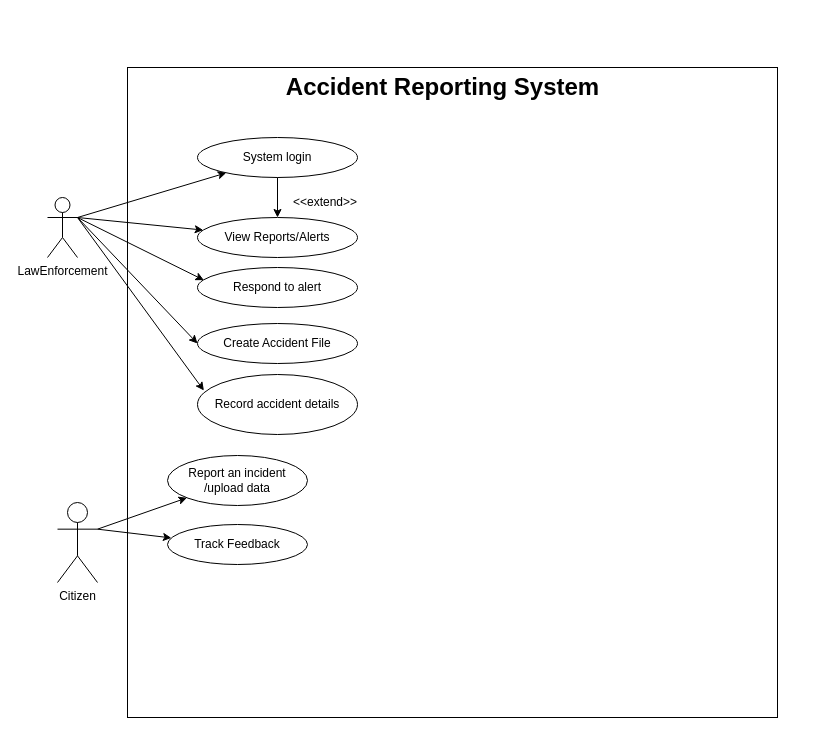
Above: UML Accureport/accureportUsecase.drawio in KenChiri/DJANGO (draw.io), before the change. Source tidied: cells renumbered, new cells numbered last; positions are measured from the earlier drawing's top-left corner, leaving out a move shared by most shapes. Both pictures are drawn from the tidied source at 100%, with x=0, y=0 at pixel (47, 67).
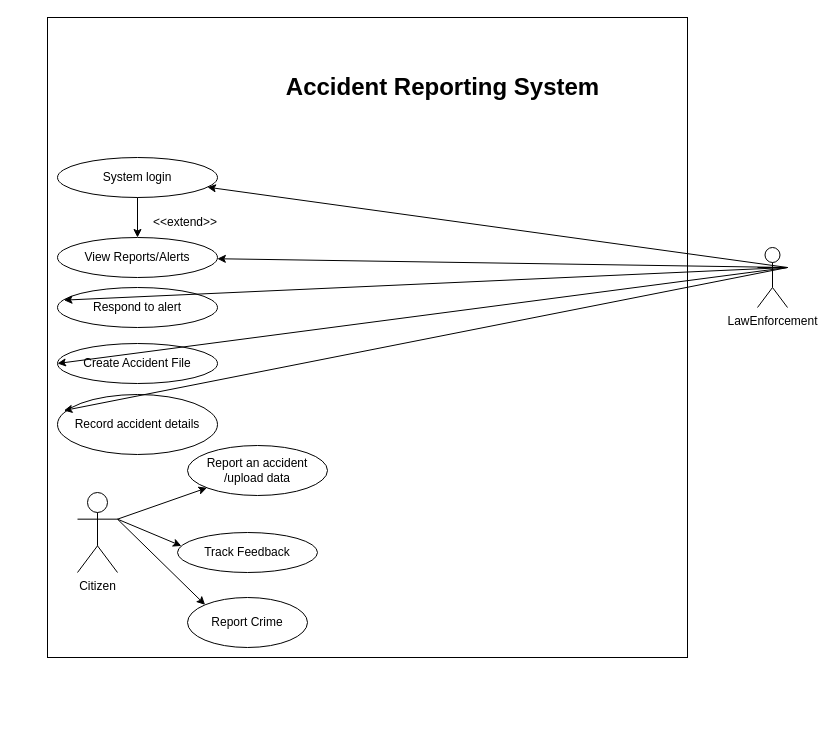
The same page after the edit.

Change to the diagram source:
```diff
@@
-    <mxCell id="2" style="group;" parent="1" vertex="1">
-      <mxGeometry y="70" width="320" height="297" as="geometry" />
-    </mxCell>
+    <mxCell id="16" value="Accident Reporting System" style="text;strokeColor=none;fillColor=none;html=1;fontSize=24;fontStyle=1;verticalAlign=middle;align=center;" parent="1" vertex="1">
+      <mxGeometry x="345" width="100" height="40" as="geometry" />
+    </mxCell>
+    <mxCell id="18" style="group;" parent="1" vertex="1">
+      <mxGeometry x="30" y="370" width="250" height="180" as="geometry" />
+    </mxCell>
+    <mxCell id="19" value="Citizen" style="shape=umlActor;verticalLabelPosition=bottom;verticalAlign=top;html=1;outlineConnect=0;" parent="18" vertex="1">
+      <mxGeometry y="55" width="40" height="80" as="geometry" />
+    </mxCell>
+    <mxCell id="20" value="Report an accident /upload data" style="ellipse;whiteSpace=wrap;html=1;" parent="18" vertex="1">
+      <mxGeometry x="110" y="8" width="140" height="50" as="geometry" />
+    </mxCell>
+    <mxCell id="21" style="edgeStyle=none;html=1;exitX=1;exitY=0.3333333333333333;exitDx=0;exitDy=0;exitPerimeter=0;" parent="18" edge="1" source="19" target="20">
+      <mxGeometry relative="1" as="geometry" />
+    </mxCell>
+    <mxCell id="22" value="Track Feedback" style="ellipse;whiteSpace=wrap;html=1;" parent="18" vertex="1">
+      <mxGeometry x="100" y="95" width="140" height="40" as="geometry" />
+    </mxCell>
+    <mxCell id="23" style="edgeStyle=none;html=1;exitX=1;exitY=0.3333333333333333;exitDx=0;exitDy=0;exitPerimeter=0;entryX=0.028;entryY=0.336;entryDx=0;entryDy=0;entryPerimeter=0;" parent="18" edge="1" source="19" target="22">
+      <mxGeometry relative="1" as="geometry" />
+    </mxCell>
+    <mxCell id="24" value="Report Crime" style="ellipse;whiteSpace=wrap;html=1;" parent="1" vertex="1">
+      <mxGeometry x="140" y="530" width="120" height="50" as="geometry" />
+    </mxCell>
+    <mxCell id="25" style="edgeStyle=none;html=1;exitX=1;exitY=0.3333333333333333;exitDx=0;exitDy=0;exitPerimeter=0;entryX=0;entryY=0;entryDx=0;entryDy=0;" parent="1" edge="1" source="19" target="24">
+      <mxGeometry relative="1" as="geometry" />
+    </mxCell>
-    <mxCell id="3" value="LawEnforcement&lt;br&gt;" style="shape=umlActor;verticalLabelPosition=bottom;verticalAlign=top;html=1;outlineConnect=0;" parent="2" vertex="1">
-      <mxGeometry y="60" width="30" height="60" as="geometry" />
+    <mxCell id="3" value="LawEnforcement&lt;br&gt;" style="shape=umlActor;verticalLabelPosition=bottom;verticalAlign=top;html=1;outlineConnect=0;" parent="1" vertex="1">
+      <mxGeometry x="710" y="180" width="30" height="60" as="geometry" />
     </mxCell>
-    <mxCell id="4" value="System login" style="ellipse;whiteSpace=wrap;html=1;" parent="2" vertex="1">
-      <mxGeometry x="150" width="160" height="40" as="geometry" />
+    <mxCell id="4" value="System login" style="ellipse;whiteSpace=wrap;html=1;" parent="1" vertex="1">
+      <mxGeometry x="10" y="90" width="160" height="40" as="geometry" />
     </mxCell>
-    <mxCell id="5" style="edgeStyle=none;html=1;exitX=1;exitY=0.3333333333333333;exitDx=0;exitDy=0;exitPerimeter=0;" parent="2" edge="1" source="3" target="4">
+    <mxCell id="5" style="edgeStyle=none;html=1;exitX=1;exitY=0.3333333333333333;exitDx=0;exitDy=0;exitPerimeter=0;" parent="1" edge="1" source="3" target="4">
       <mxGeometry relative="1" as="geometry" />
     </mxCell>
-    <mxCell id="6" value="Create Accident File" style="ellipse;whiteSpace=wrap;html=1;" parent="2" vertex="1">
-      <mxGeometry x="150" y="186" width="160" height="40" as="geometry" />
+    <mxCell id="6" value="Create Accident File" style="ellipse;whiteSpace=wrap;html=1;" parent="1" vertex="1">
+      <mxGeometry x="10" y="276" width="160" height="40" as="geometry" />
     </mxCell>
-    <mxCell id="7" style="edgeStyle=none;html=1;exitX=1;exitY=0.3333333333333333;exitDx=0;exitDy=0;exitPerimeter=0;entryX=0;entryY=0.5;entryDx=0;entryDy=0;" parent="2" edge="1" source="3" target="6">
+    <mxCell id="7" style="edgeStyle=none;html=1;exitX=1;exitY=0.3333333333333333;exitDx=0;exitDy=0;exitPerimeter=0;entryX=0;entryY=0.5;entryDx=0;entryDy=0;" parent="1" edge="1" source="3" target="6">
       <mxGeometry relative="1" as="geometry" />
     </mxCell>
-    <mxCell id="8" value="View Reports/Alerts" style="ellipse;whiteSpace=wrap;html=1;" parent="2" vertex="1">
-      <mxGeometry x="150" y="80" width="160" height="40" as="geometry" />
+    <mxCell id="8" value="View Reports/Alerts" style="ellipse;whiteSpace=wrap;html=1;" parent="1" vertex="1">
+      <mxGeometry x="10" y="170" width="160" height="40" as="geometry" />
     </mxCell>
-    <mxCell id="9" style="edgeStyle=none;html=1;exitX=1;exitY=0.3333333333333333;exitDx=0;exitDy=0;exitPerimeter=0;" parent="2" edge="1" source="3" target="8">
+    <mxCell id="9" style="edgeStyle=none;html=1;exitX=1;exitY=0.3333333333333333;exitDx=0;exitDy=0;exitPerimeter=0;" parent="1" edge="1" source="3" target="8">
       <mxGeometry relative="1" as="geometry" />
     </mxCell>
-    <mxCell id="10" style="edgeStyle=none;html=1;exitX=0.5;exitY=1;exitDx=0;exitDy=0;" parent="2" edge="1" source="4" target="8">
+    <mxCell id="10" style="edgeStyle=none;html=1;exitX=0.5;exitY=1;exitDx=0;exitDy=0;" parent="1" edge="1" source="4" target="8">
       <mxGeometry relative="1" as="geometry" />
     </mxCell>
-    <mxCell id="11" value="Respond to alert" style="ellipse;whiteSpace=wrap;html=1;" parent="2" vertex="1">
-      <mxGeometry x="150" y="130" width="160" height="40" as="geometry" />
+    <mxCell id="11" value="Respond to alert" style="ellipse;whiteSpace=wrap;html=1;" parent="1" vertex="1">
+      <mxGeometry x="10" y="220" width="160" height="40" as="geometry" />
     </mxCell>
-    <mxCell id="12" style="edgeStyle=none;html=1;exitX=1;exitY=0.3333333333333333;exitDx=0;exitDy=0;exitPerimeter=0;entryX=0.04;entryY=0.316;entryDx=0;entryDy=0;entryPerimeter=0;" parent="2" edge="1" source="3" target="11">
+    <mxCell id="12" style="edgeStyle=none;html=1;exitX=1;exitY=0.3333333333333333;exitDx=0;exitDy=0;exitPerimeter=0;entryX=0.04;entryY=0.316;entryDx=0;entryDy=0;entryPerimeter=0;" parent="1" edge="1" source="3" target="11">
       <mxGeometry relative="1" as="geometry" />
     </mxCell>
-    <mxCell id="13" value="Record accident details" style="ellipse;whiteSpace=wrap;html=1;" parent="2" vertex="1">
-      <mxGeometry x="150" y="237" width="160" height="60" as="geometry" />
+    <mxCell id="13" value="Record accident details" style="ellipse;whiteSpace=wrap;html=1;" parent="1" vertex="1">
+      <mxGeometry x="10" y="327" width="160" height="60" as="geometry" />
     </mxCell>
-    <mxCell id="14" style="edgeStyle=none;html=1;exitX=1;exitY=0.3333333333333333;exitDx=0;exitDy=0;exitPerimeter=0;entryX=0.04;entryY=0.267;entryDx=0;entryDy=0;entryPerimeter=0;" parent="2" edge="1" source="3" target="13">
+    <mxCell id="14" style="edgeStyle=none;html=1;exitX=1;exitY=0.3333333333333333;exitDx=0;exitDy=0;exitPerimeter=0;entryX=0.04;entryY=0.267;entryDx=0;entryDy=0;entryPerimeter=0;" parent="1" edge="1" source="3" target="13">
       <mxGeometry relative="1" as="geometry" />
     </mxCell>
-    <mxCell id="15" value="&amp;lt;&amp;lt;extend&amp;gt;&amp;gt;" style="text;strokeColor=none;fillColor=none;align=left;verticalAlign=middle;spacingLeft=4;spacingRight=4;overflow=hidden;whiteSpace=wrap;html=1;" parent="2" vertex="1">
-      <mxGeometry x="240" y="50" width="80" height="30" as="geometry" />
+    <mxCell id="15" value="&amp;lt;&amp;lt;extend&amp;gt;&amp;gt;" style="text;strokeColor=none;fillColor=none;align=left;verticalAlign=middle;spacingLeft=4;spacingRight=4;overflow=hidden;whiteSpace=wrap;html=1;" parent="1" vertex="1">
+      <mxGeometry x="100" y="140" width="80" height="30" as="geometry" />
     </mxCell>
-    <mxCell id="16" value="Accident Reporting System" style="text;strokeColor=none;fillColor=none;html=1;fontSize=24;fontStyle=1;verticalAlign=middle;align=center;" parent="1" vertex="1">
-      <mxGeometry x="345" width="100" height="40" as="geometry" />
-    </mxCell>
     <mxCell id="17" style="whiteSpace=wrap;html=1;fillColor=none;" parent="1" vertex="1">
-      <mxGeometry x="80" width="650" height="650" as="geometry" />
+      <mxGeometry y="-50" width="640" height="640" as="geometry" />
     </mxCell>
-    <mxCell id="18" style="group;" parent="1" vertex="1">
-      <mxGeometry x="10" y="380" width="250" height="180" as="geometry" />
-    </mxCell>
-    <mxCell id="19" value="Citizen" style="shape=umlActor;verticalLabelPosition=bottom;verticalAlign=top;html=1;outlineConnect=0;" parent="18" vertex="1">
-      <mxGeometry y="55" width="40" height="80" as="geometry" />
-    </mxCell>
-    <mxCell id="20" value="Report an incident /upload data" style="ellipse;whiteSpace=wrap;html=1;" parent="18" vertex="1">
-      <mxGeometry x="110" y="8" width="140" height="50" as="geometry" />
-    </mxCell>
-    <mxCell id="21" style="edgeStyle=none;html=1;exitX=1;exitY=0.3333333333333333;exitDx=0;exitDy=0;exitPerimeter=0;" parent="18" edge="1" source="19" target="20">
-      <mxGeometry relative="1" as="geometry" />
-    </mxCell>
-    <mxCell id="22" value="Track Feedback" style="ellipse;whiteSpace=wrap;html=1;" parent="18" vertex="1">
-      <mxGeometry x="110" y="77" width="140" height="40" as="geometry" />
-    </mxCell>
-    <mxCell id="23" style="edgeStyle=none;html=1;exitX=1;exitY=0.3333333333333333;exitDx=0;exitDy=0;exitPerimeter=0;entryX=0.028;entryY=0.336;entryDx=0;entryDy=0;entryPerimeter=0;" parent="18" edge="1" source="19" target="22">
-      <mxGeometry relative="1" as="geometry" />
-    </mxCell>
```
